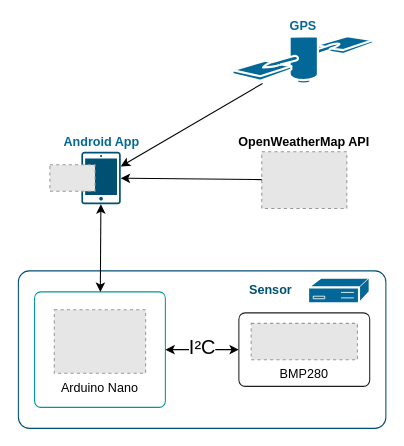
This is drawio/working-diagram.drawio from devlotfi/arduino-altimeter, a draw.io file, before an edit. Source tidied: cells renumbered, new cells numbered last; positions are measured from the earlier drawing's top-left corner, leaving out a move shared by most shapes. Both pictures are drawn from the tidied source at 105%, with x=0, y=0 at pixel (18, 36). Pictures stored in the file or linked from it are replaced by grey dashed boxes.
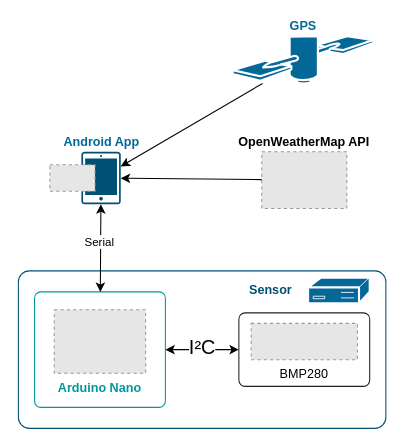
The same page after the edit.

Unchanged cells that the change refers to:
```xml
<mxCell id="14" style="endArrow=classic;startArrow=classic;html=1;rounded=0;" parent="1" edge="1" source="3" target="4">
  <mxGeometry relative="1" as="geometry" />
</mxCell>
```

Diff of the diagram source:
```diff
@@
-    <mxCell id="8" value="Arduino Nano" style="fillColor=#E6E6E6;strokeColor=#999999;dashed=1;verticalLabelPosition=bottom;labelBackgroundColor=default;verticalAlign=top;" parent="1" vertex="1">
+    <mxCell id="8" value="Arduino Nano" style="fillColor=#E6E6E6;strokeColor=#999999;dashed=1;verticalLabelPosition=bottom;labelBackgroundColor=default;verticalAlign=top;fontStyle=1;fontColor=light-dark(#00979c, #ededed);" parent="1" vertex="1">
       <mxGeometry x="34.2" y="260.5" width="87" height="60.5" as="geometry" />
     </mxCell>
@@
+    <mxCell id="21" value="Serial" style="edgeLabel;html=1;align=center;verticalAlign=middle;" parent="14" vertex="1">
+      <mxGeometry x="0.16" y="2" relative="1" as="geometry" />
+    </mxCell>
```
